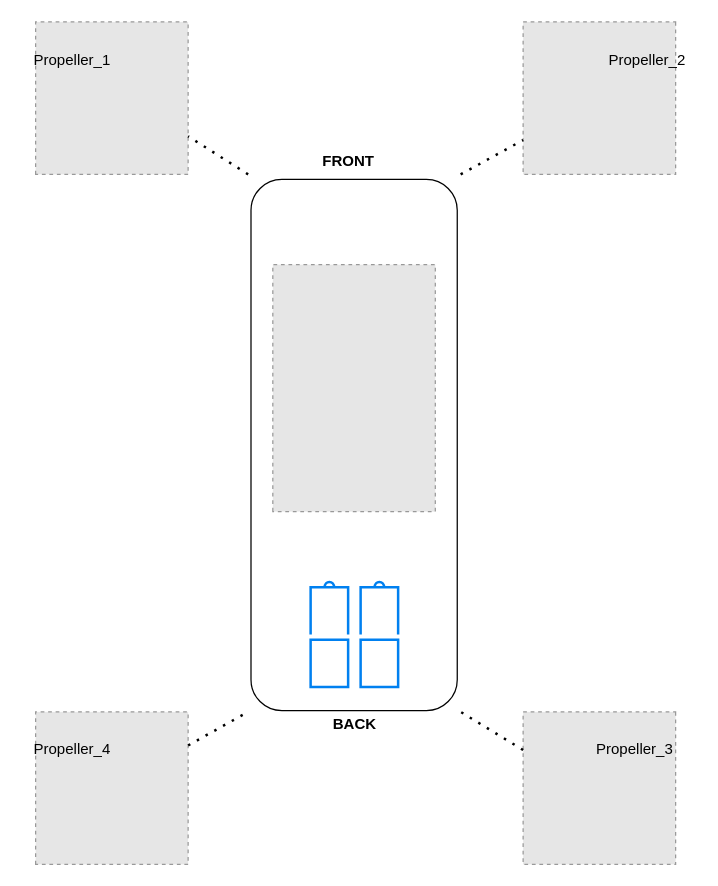
Before: page "System_Overview" (1 of 2) of Architecture/system_arch.drawio in inpgbburda/FlyMatic_MainUnit, a draw.io diagram. Source tidied: cells renumbered, new cells numbered last; positions are measured from the earlier drawing's top-left corner, leaving out a move shared by most shapes. Both pictures are drawn from the tidied source at 125%, with x=0, y=0 at pixel (21, 21). Pictures stored in the file or linked from it are replaced by grey dashed boxes.
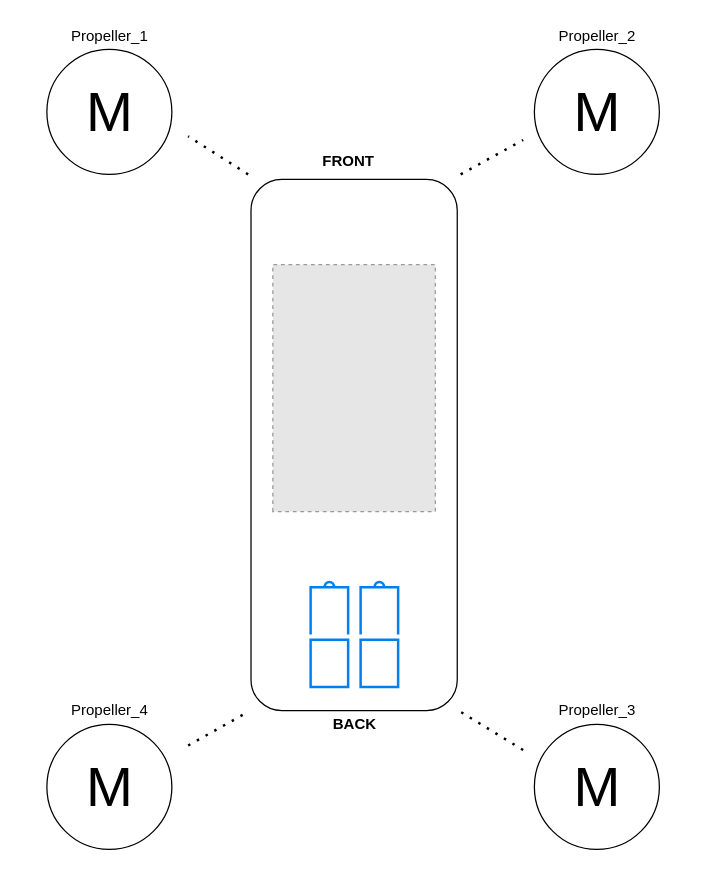
The same page after the edit.

Commit message:
Update system_overview diagram.

The edit, as a diff of the source:
```diff
@@
-    <mxCell id="5" style="fillColor=#E6E6E6;strokeColor=#999999;dashed=1;verticalLabelPosition=bottom;verticalAlign=top;rotation=-270;" parent="1" vertex="1">
-      <mxGeometry x="401" y="552" width="122" height="122" as="geometry" />
-    </mxCell>
-    <mxCell id="6" style="fillColor=#E6E6E6;strokeColor=#999999;dashed=1;verticalLabelPosition=bottom;verticalAlign=top;rotation=-90;" parent="1" vertex="1">
-      <mxGeometry x="11" y="552" width="122" height="122" as="geometry" />
-    </mxCell>
-    <mxCell id="7" style="fillColor=#E6E6E6;strokeColor=#999999;dashed=1;verticalLabelPosition=bottom;verticalAlign=top;rotation=-270;" parent="1" vertex="1">
-      <mxGeometry x="401" width="122" height="122" as="geometry" />
-    </mxCell>
-    <mxCell id="8" style="fillColor=#E6E6E6;strokeColor=#999999;dashed=1;verticalLabelPosition=bottom;verticalAlign=top;rotation=-90;" parent="1" vertex="1">
-      <mxGeometry x="11" width="122" height="122" as="geometry" />
-    </mxCell>
@@
-    <mxCell id="11" style="endArrow=none;dashed=1;html=1;dashPattern=1 3;strokeWidth=2;entryX=0.25;entryY=1;entryDx=0;entryDy=0;" parent="1" edge="1" target="8">
+    <mxCell id="11" style="endArrow=none;dashed=1;html=1;dashPattern=1 3;strokeWidth=2;entryX=0.25;entryY=1;entryDx=0;entryDy=0;" parent="1" edge="1">
       <mxGeometry relative="1" as="geometry">
         <mxPoint x="181" y="122" as="sourcePoint" />
+        <mxPoint x="133" y="91.5" as="targetPoint" />
       </mxGeometry>
     </mxCell>
-    <mxCell id="12" style="endArrow=none;dashed=1;html=1;dashPattern=1 3;strokeWidth=2;entryX=0;entryY=0;entryDx=0;entryDy=0;" parent="1" edge="1" source="6">
+    <mxCell id="12" style="endArrow=none;dashed=1;html=1;dashPattern=1 3;strokeWidth=2;entryX=0;entryY=0;entryDx=0;entryDy=0;" parent="1" edge="1">
       <mxGeometry relative="1" as="geometry">
+        <mxPoint x="133" y="578.9" as="sourcePoint" />
         <mxPoint x="181" y="552" as="targetPoint" />
       </mxGeometry>
     </mxCell>
-    <mxCell id="13" style="endArrow=none;dashed=1;html=1;dashPattern=1 3;strokeWidth=2;exitX=0.25;exitY=1;exitDx=0;exitDy=0;entryX=0;entryY=1;entryDx=0;entryDy=0;" parent="1" edge="1" source="5">
+    <mxCell id="13" style="endArrow=none;dashed=1;html=1;dashPattern=1 3;strokeWidth=2;exitX=0.25;exitY=1;exitDx=0;exitDy=0;entryX=0;entryY=1;entryDx=0;entryDy=0;" parent="1" edge="1">
       <mxGeometry relative="1" as="geometry">
+        <mxPoint x="401" y="582.5" as="sourcePoint" />
         <mxPoint x="351" y="552" as="targetPoint" />
       </mxGeometry>
     </mxCell>
-    <mxCell id="14" style="endArrow=none;dashed=1;html=1;dashPattern=1 3;strokeWidth=2;exitX=1;exitY=1;exitDx=0;exitDy=0;" parent="1" edge="1" target="7">
+    <mxCell id="14" style="endArrow=none;dashed=1;html=1;dashPattern=1 3;strokeWidth=2;exitX=1;exitY=1;exitDx=0;exitDy=0;" parent="1" edge="1">
       <mxGeometry relative="1" as="geometry">
         <mxPoint x="351" y="122" as="sourcePoint" />
+        <mxPoint x="401" y="94.5" as="targetPoint" />
       </mxGeometry>
     </mxCell>
@@
     <mxCell id="17" value="Propeller_1" style="text;html=1;align=center;verticalAlign=middle;fillColor=none;strokeColor=none;rounded=0;" parent="1" vertex="1">
-      <mxGeometry y="21" width="80" height="20" as="geometry" />
+      <mxGeometry x="30" y="2" width="80" height="20" as="geometry" />
     </mxCell>
     <mxCell id="18" value="Propeller_2" style="text;html=1;align=center;verticalAlign=middle;fillColor=none;strokeColor=none;rounded=0;" parent="1" vertex="1">
-      <mxGeometry x="460" y="21" width="80" height="20" as="geometry" />
+      <mxGeometry x="420" y="2" width="80" height="20" as="geometry" />
     </mxCell>
     <mxCell id="19" value="Propeller_3" style="text;html=1;align=center;verticalAlign=middle;fillColor=none;strokeColor=none;rounded=0;" parent="1" vertex="1">
-      <mxGeometry x="450" y="572" width="80" height="20" as="geometry" />
+      <mxGeometry x="420" y="541" width="80" height="20" as="geometry" />
     </mxCell>
     <mxCell id="20" value="Propeller_4" style="text;html=1;align=center;verticalAlign=middle;fillColor=none;strokeColor=none;rounded=0;" parent="1" vertex="1">
-      <mxGeometry y="572" width="80" height="20" as="geometry" />
+      <mxGeometry x="30" y="541" width="80" height="20" as="geometry" />
     </mxCell>
+    <mxCell id="21" value="M" style="dashed=0;align=center;html=1;shape=mxgraph.pid.engines.electric_motor;fontSize=45;fillColor=none;" parent="1" vertex="1">
+      <mxGeometry x="410" y="22" width="100" height="100" as="geometry" />
+    </mxCell>
+    <mxCell id="22" value="M" style="dashed=0;align=center;html=1;shape=mxgraph.pid.engines.electric_motor;fontSize=45;fillColor=none;" parent="1" vertex="1">
+      <mxGeometry x="410" y="562" width="100" height="100" as="geometry" />
+    </mxCell>
+    <mxCell id="23" value="M" style="dashed=0;align=center;html=1;shape=mxgraph.pid.engines.electric_motor;fontSize=45;fillColor=none;" parent="1" vertex="1">
+      <mxGeometry x="20" y="22" width="100" height="100" as="geometry" />
+    </mxCell>
+    <mxCell id="24" value="M" style="dashed=0;align=center;html=1;shape=mxgraph.pid.engines.electric_motor;fontSize=45;fillColor=none;" parent="1" vertex="1">
+      <mxGeometry x="20" y="562" width="100" height="100" as="geometry" />
+    </mxCell>
```
